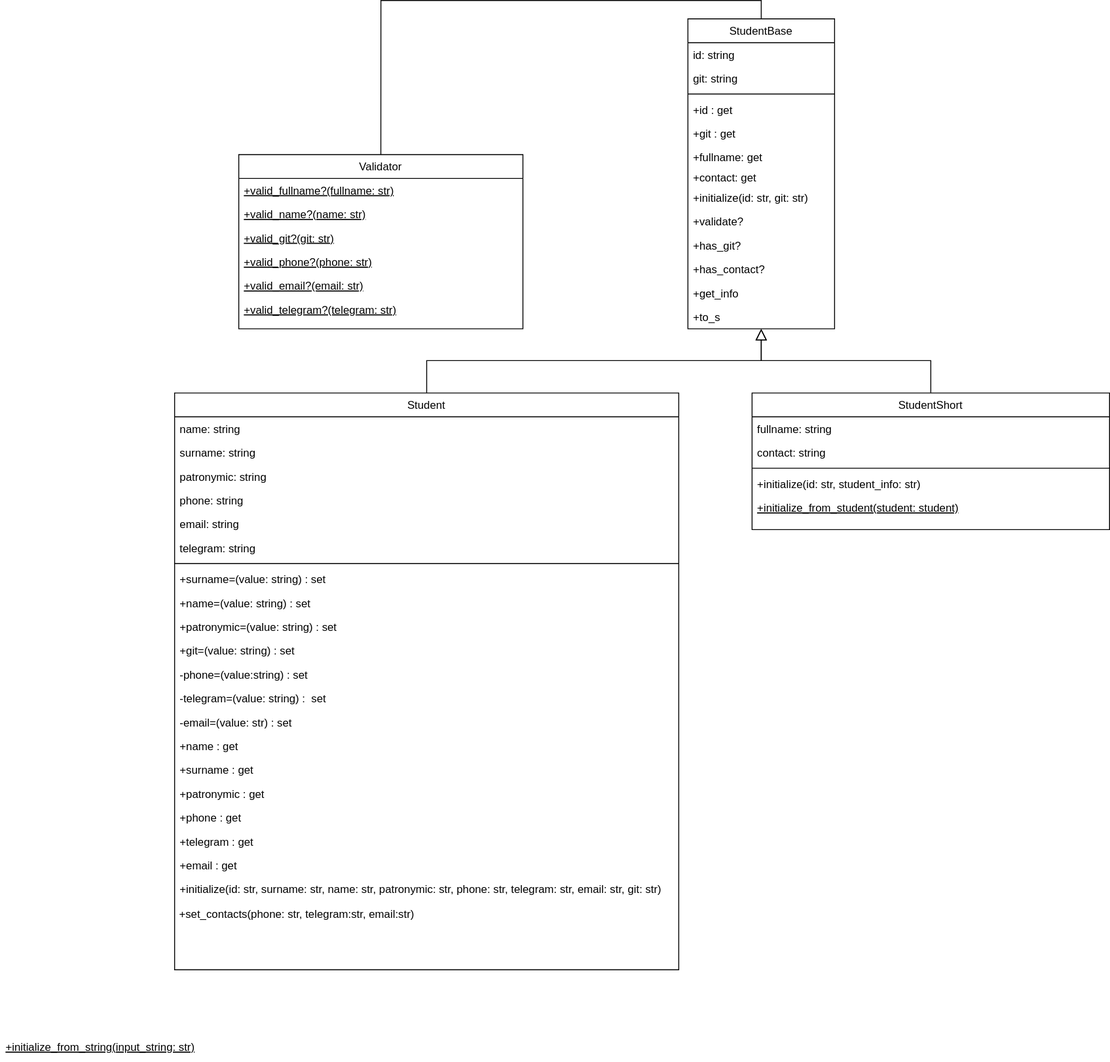
Above: students/diagrams/students.svg in NoidHuma/programming_patterns (draw.io), before the change. Source tidied: cells renumbered, new cells last; positions are measured from the earlier drawing's top-left corner, leaving out a move shared by most shapes.
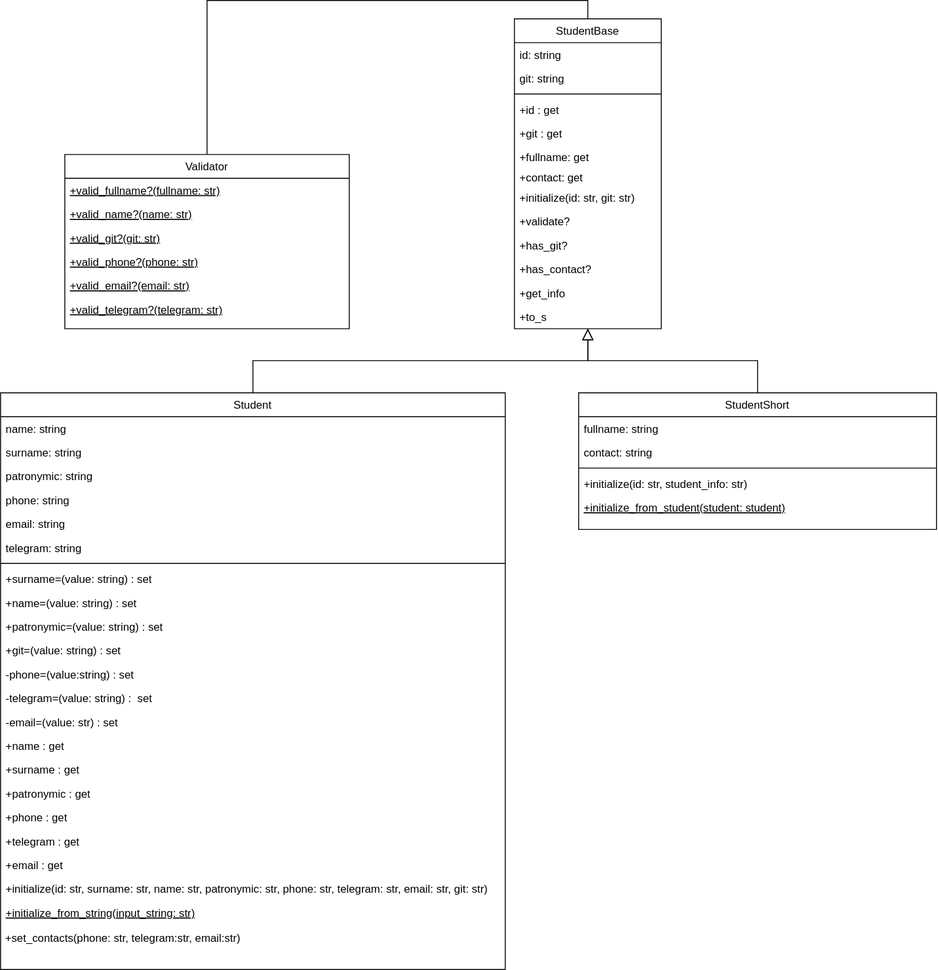
After the commit.

Commit message:
(lab2) edit diagram

The edit, as a diff of the source:
```diff
@@ -1,4 +1,4 @@
-<mxGraphModel>
+<mxGraphModel background="#ffffff">
   <root>
     <mxCell id="0" />
     <mxCell id="1" parent="0" />
@@ -110,8 +110,11 @@
     <mxCell id="37" value="+initialize(id: str, surname: str, name: str, patronymic: str, phone: str, telegram: str, email: str, git: str)" style="text;align=left;verticalAlign=top;spacingLeft=4;spacingRight=4;overflow=hidden;" parent="16" vertex="1">
       <mxGeometry y="528" width="550" height="26" as="geometry" />
     </mxCell>
+    <mxCell id="55" value="+initialize_from_string(input_string: str)" style="text;align=left;verticalAlign=top;spacingLeft=4;spacingRight=4;overflow=hidden;fontStyle=4;" parent="16" vertex="1">
+      <mxGeometry y="554" width="550" height="26" as="geometry" />
+    </mxCell>
     <mxCell id="38" value="&amp;nbsp;+set_contacts(phone: str, telegram:str, email:str)" style="text;html=1;align=left;verticalAlign=middle;whiteSpace=wrap;rounded=0;" parent="16" vertex="1">
-      <mxGeometry y="554" width="550" height="30" as="geometry" />
+      <mxGeometry y="580" width="550" height="30" as="geometry" />
     </mxCell>
     <mxCell id="39" style="endArrow=block;endSize=10;endFill=0;shadow=0;strokeWidth=1;rounded=0;edgeStyle=elbowEdgeStyle;elbow=vertical;" parent="1" edge="1" source="16" target="2">
       <mxGeometry relative="1" as="geometry" />
@@ -161,8 +164,5 @@
     <mxCell id="54" value="+valid_telegram?(telegram: str)" style="text;align=left;verticalAlign=top;spacingLeft=4;spacingRight=4;overflow=hidden;fontStyle=4;" parent="48" vertex="1">
       <mxGeometry y="156" width="310" height="26" as="geometry" />
     </mxCell>
-    <mxCell id="55" value="+initialize_from_string(input_string: str)" style="text;align=left;verticalAlign=top;spacingLeft=4;spacingRight=4;overflow=hidden;fontStyle=4;" parent="1" vertex="1">
-      <mxGeometry y="1108" width="550" height="26" as="geometry" />
-    </mxCell>
   </root>
 </mxGraphModel>
```
